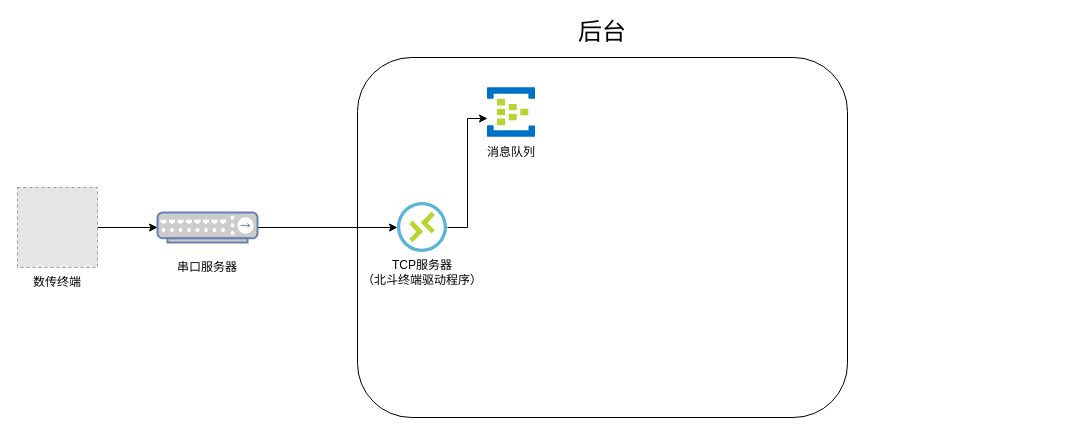
The draw.io diagram pages/未命名绘图.drawio in D10NGYANG/draw.io, before the edit. Source tidied: cells renumbered, new cells numbered last; positions are measured from the earlier drawing's top-left corner, leaving out a move shared by most shapes. Both pictures are drawn from the tidied source at 100%, with x=0, y=0 at pixel (17, 17). Pictures stored in the file or linked from it are replaced by grey dashed boxes.
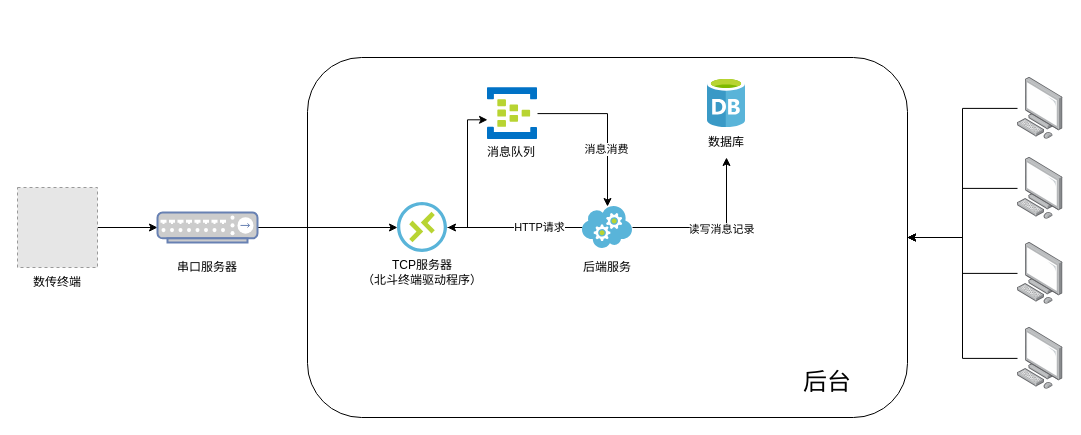
Above is the later version.

Commit message (it also covers changes not shown here):
更新未命名绘图.drawio

Unchanged cells that the change refers to:
```xml
<mxCell id="11" style="image;sketch=0;html=1;points=[];align=center;fontSize=12;image=img/lib/mscae/Connections.svg;" parent="1" vertex="1">
  <mxGeometry x="380" y="185" width="50" height="50" as="geometry" />
</mxCell>
```

What changed in the source:
```diff
@@
     <mxCell id="2" style="rounded=1;whiteSpace=wrap;html=1;" parent="1" vertex="1">
-      <mxGeometry x="340" y="40" width="490" height="360" as="geometry" />
+      <mxGeometry x="290" y="40" width="600" height="360" as="geometry" />
     </mxCell>
@@
     <mxCell id="9" value="后台" style="text;html=1;strokeColor=none;fillColor=none;align=center;verticalAlign=middle;whiteSpace=wrap;rounded=0;fontSize=24;" parent="1" vertex="1">
-      <mxGeometry x="555" width="60" height="30" as="geometry" />
+      <mxGeometry x="780" y="350" width="60" height="30" as="geometry" />
     </mxCell>
@@
+    <mxCell id="15" style="edgeStyle=orthogonalEdgeStyle;rounded=0;jettySize=auto;html=1;" parent="1" edge="1" source="13" target="31">
+      <mxGeometry relative="1" as="geometry" />
+    </mxCell>
+    <mxCell id="16" value="消息消费" style="edgeLabel;html=1;align=center;verticalAlign=middle;" parent="15" vertex="1">
+      <mxGeometry x="0.29" y="-2" relative="1" as="geometry" />
+    </mxCell>
     <mxCell id="13" style="image;sketch=0;html=1;points=[];align=center;fontSize=12;image=img/lib/mscae/Event_Hubs.svg;" parent="1" vertex="1">
-      <mxGeometry x="470" y="70" width="48" height="50" as="geometry" />
+      <mxGeometry x="470" y="70" width="50" height="52.1" as="geometry" />
     </mxCell>
@@
+    <mxCell id="17" style="image;sketch=0;html=1;align=center;fontSize=12;image=img/lib/mscae/Database_General.svg;" parent="1" vertex="1">
+      <mxGeometry x="690" y="60" width="38" height="50" as="geometry" />
+    </mxCell>
+    <mxCell id="18" value="数据库" style="text;html=1;strokeColor=none;fillColor=none;align=center;verticalAlign=middle;whiteSpace=wrap;rounded=0;" parent="1" vertex="1">
+      <mxGeometry x="679" y="110" width="60" height="30" as="geometry" />
+    </mxCell>
+    <mxCell id="19" style="edgeStyle=orthogonalEdgeStyle;rounded=0;jettySize=auto;html=1;entryX=1;entryY=0.5;entryDx=0;entryDy=0;" parent="1" edge="1" source="20" target="2">
+      <mxGeometry relative="1" as="geometry" />
+    </mxCell>
+    <mxCell id="20" style="image;points=[];html=1;align=center;shadow=0;dashed=0;image=img/lib/allied_telesis/computer_and_terminals/Personal_Computer.svg;" parent="1" vertex="1">
+      <mxGeometry x="1000" y="60" width="45.6" height="61.8" as="geometry" />
+    </mxCell>
+    <mxCell id="21" style="edgeStyle=orthogonalEdgeStyle;rounded=0;jettySize=auto;html=1;entryX=1;entryY=0.5;entryDx=0;entryDy=0;" parent="1" edge="1" source="22" target="2">
+      <mxGeometry relative="1" as="geometry" />
+    </mxCell>
+    <mxCell id="22" style="image;points=[];html=1;align=center;shadow=0;dashed=0;image=img/lib/allied_telesis/computer_and_terminals/Personal_Computer.svg;" parent="1" vertex="1">
+      <mxGeometry x="1000" y="140" width="45.6" height="61.8" as="geometry" />
+    </mxCell>
+    <mxCell id="23" style="edgeStyle=orthogonalEdgeStyle;rounded=0;jettySize=auto;html=1;entryX=1;entryY=0.5;entryDx=0;entryDy=0;" parent="1" edge="1" source="24" target="2">
+      <mxGeometry relative="1" as="geometry" />
+    </mxCell>
+    <mxCell id="24" style="image;points=[];html=1;align=center;shadow=0;dashed=0;image=img/lib/allied_telesis/computer_and_terminals/Personal_Computer.svg;" parent="1" vertex="1">
+      <mxGeometry x="1000" y="310" width="45.6" height="61.8" as="geometry" />
+    </mxCell>
+    <mxCell id="25" style="edgeStyle=orthogonalEdgeStyle;rounded=0;jettySize=auto;html=1;entryX=1;entryY=0.5;entryDx=0;entryDy=0;" parent="1" edge="1" source="26" target="2">
+      <mxGeometry relative="1" as="geometry" />
+    </mxCell>
+    <mxCell id="26" style="image;points=[];html=1;align=center;shadow=0;dashed=0;image=img/lib/allied_telesis/computer_and_terminals/Personal_Computer.svg;" parent="1" vertex="1">
+      <mxGeometry x="1000" y="225" width="45.6" height="61.8" as="geometry" />
+    </mxCell>
+    <mxCell id="27" style="edgeStyle=orthogonalEdgeStyle;rounded=0;jettySize=auto;html=1;" parent="1" edge="1" source="31" target="11">
+      <mxGeometry relative="1" as="geometry" />
+    </mxCell>
+    <mxCell id="28" value="HTTP请求" style="edgeLabel;html=1;align=center;verticalAlign=middle;" parent="27" vertex="1">
+      <mxGeometry x="-0.35" y="-1" relative="1" as="geometry" />
+    </mxCell>
+    <mxCell id="29" style="edgeStyle=orthogonalEdgeStyle;rounded=0;jettySize=auto;html=1;" parent="1" edge="1" source="31" target="18">
+      <mxGeometry relative="1" as="geometry" />
+    </mxCell>
+    <mxCell id="30" value="读写消息记录" style="edgeLabel;html=1;align=center;verticalAlign=middle;" parent="29" vertex="1">
+      <mxGeometry x="0.07" y="-1" relative="1" as="geometry" />
+    </mxCell>
+    <mxCell id="31" style="image;sketch=0;html=1;points=[];align=center;fontSize=12;image=img/lib/mscae/Cloud_Services_Classic.svg;" parent="1" vertex="1">
+      <mxGeometry x="565" y="189" width="50" height="42" as="geometry" />
+    </mxCell>
+    <mxCell id="32" value="后端服务" style="text;html=1;strokeColor=none;fillColor=none;align=center;verticalAlign=middle;whiteSpace=wrap;rounded=0;" parent="1" vertex="1">
+      <mxGeometry x="560" y="235" width="60" height="30" as="geometry" />
+    </mxCell>
```
